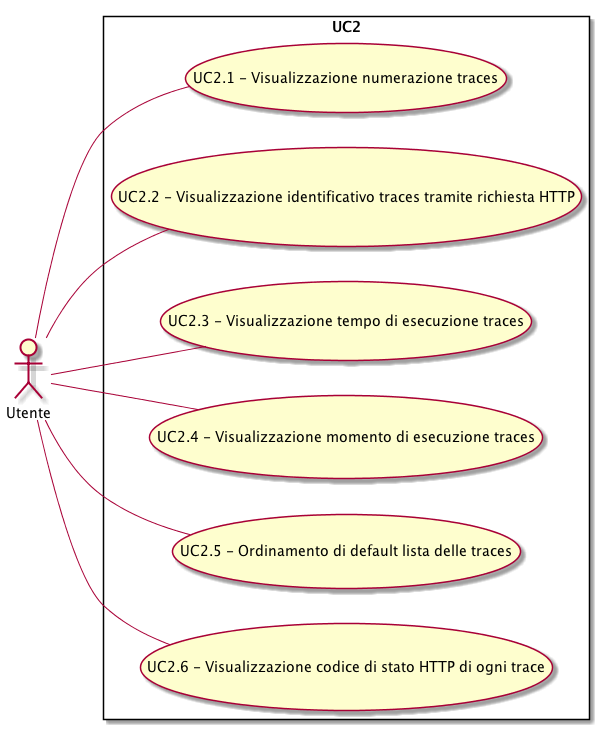
joemerlino/SWEefty keeps this PlantUML diagram as Docs/RP/AnalisiDeiRequisiti/UC/UC2.png. Above is the earlier version. Its diagram source:
```plantuml
@startuml
left to right direction
skinparam packageStyle rectangle
actor Utente
rectangle UC2 {
Utente -- (UC2.1 - Visualizzazione numerazione traces)
Utente -- (UC2.2 - Visualizzazione identificativo traces tramite richiesta HTTP)
Utente -- (UC2.3 - Visualizzazione tempo di esecuzione traces)
Utente -- (UC2.4 - Visualizzazione momento di esecuzione traces)
Utente -- (UC2.5 - Ordinamento di default lista delle traces)
Utente -- (UC2.6 - Visualizzazione codice di stato HTTP di ogni trace)
}
@enduml
```
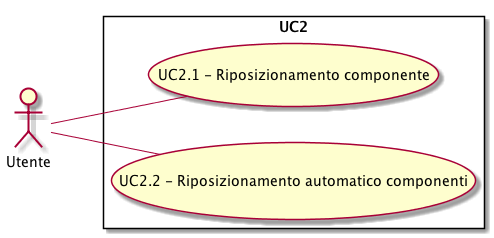
Above is the later version.

What changed in the source:
```diff
@@ -3,11 +3,7 @@
 skinparam packageStyle rectangle
 actor Utente
 rectangle UC2 {
-Utente -- (UC2.1 - Visualizzazione numerazione traces)
-Utente -- (UC2.2 - Visualizzazione identificativo traces tramite richiesta HTTP)
-Utente -- (UC2.3 - Visualizzazione tempo di esecuzione traces)
-Utente -- (UC2.4 - Visualizzazione momento di esecuzione traces)
-Utente -- (UC2.5 - Ordinamento di default lista delle traces)
-Utente -- (UC2.6 - Visualizzazione codice di stato HTTP di ogni trace)
+Utente -- (UC2.1 - Riposizionamento componente)
+Utente -- (UC2.2 - Riposizionamento automatico componenti)
 }
 @enduml
```
